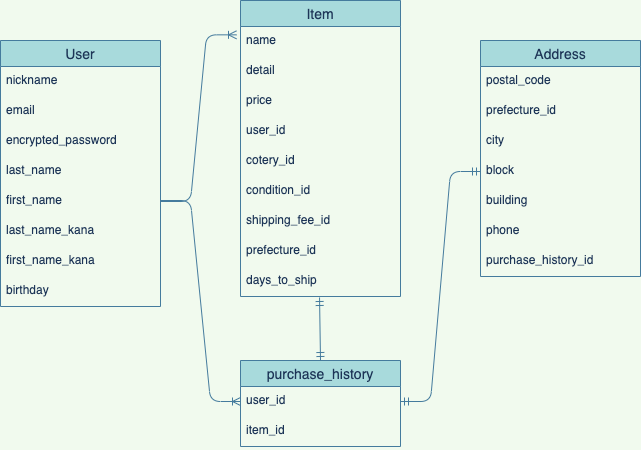
Earlier version of the draw.io export test.png (toru-Major/furima-33489). Source tidied: cells renumbered, new cells last; positions are measured from the earlier drawing's top-left corner, leaving out a move shared by most shapes.
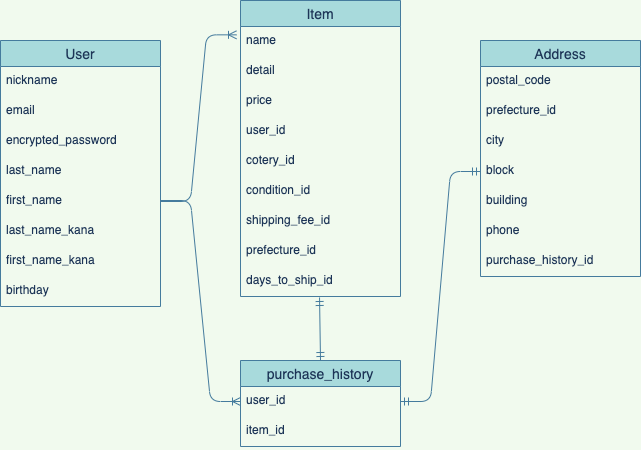
After the commit.

Commit message:
ER図&READMEの修正4

Change to the diagram source:
```diff
@@ -65,7 +65,7 @@
     <mxCell id="22" value="prefecture_id" style="text;strokeColor=none;fillColor=none;spacingLeft=4;spacingRight=4;overflow=hidden;fontSize=12;fontColor=#1D3557;" parent="14" vertex="1">
       <mxGeometry y="236" width="160" height="30" as="geometry" />
     </mxCell>
-    <mxCell id="23" value="days_to_ship" style="text;strokeColor=none;fillColor=none;spacingLeft=4;spacingRight=4;overflow=hidden;points=[[0,0.5],[1,0.5]];portConstraint=eastwest;fontSize=12;fontColor=#1D3557;" parent="14" vertex="1">
+    <mxCell id="23" value="days_to_ship_id" style="text;strokeColor=none;fillColor=none;spacingLeft=4;spacingRight=4;overflow=hidden;points=[[0,0.5],[1,0.5]];portConstraint=eastwest;fontSize=12;fontColor=#1D3557;" parent="14" vertex="1">
       <mxGeometry y="266" width="160" height="30" as="geometry" />
     </mxCell>
     <mxCell id="24" value="Address" style="swimlane;fontStyle=0;horizontal=1;startSize=26;align=center;fontSize=14;fillColor=#A8DADC;strokeColor=#457B9D;fontColor=#1D3557;" parent="1" vertex="1">
```
